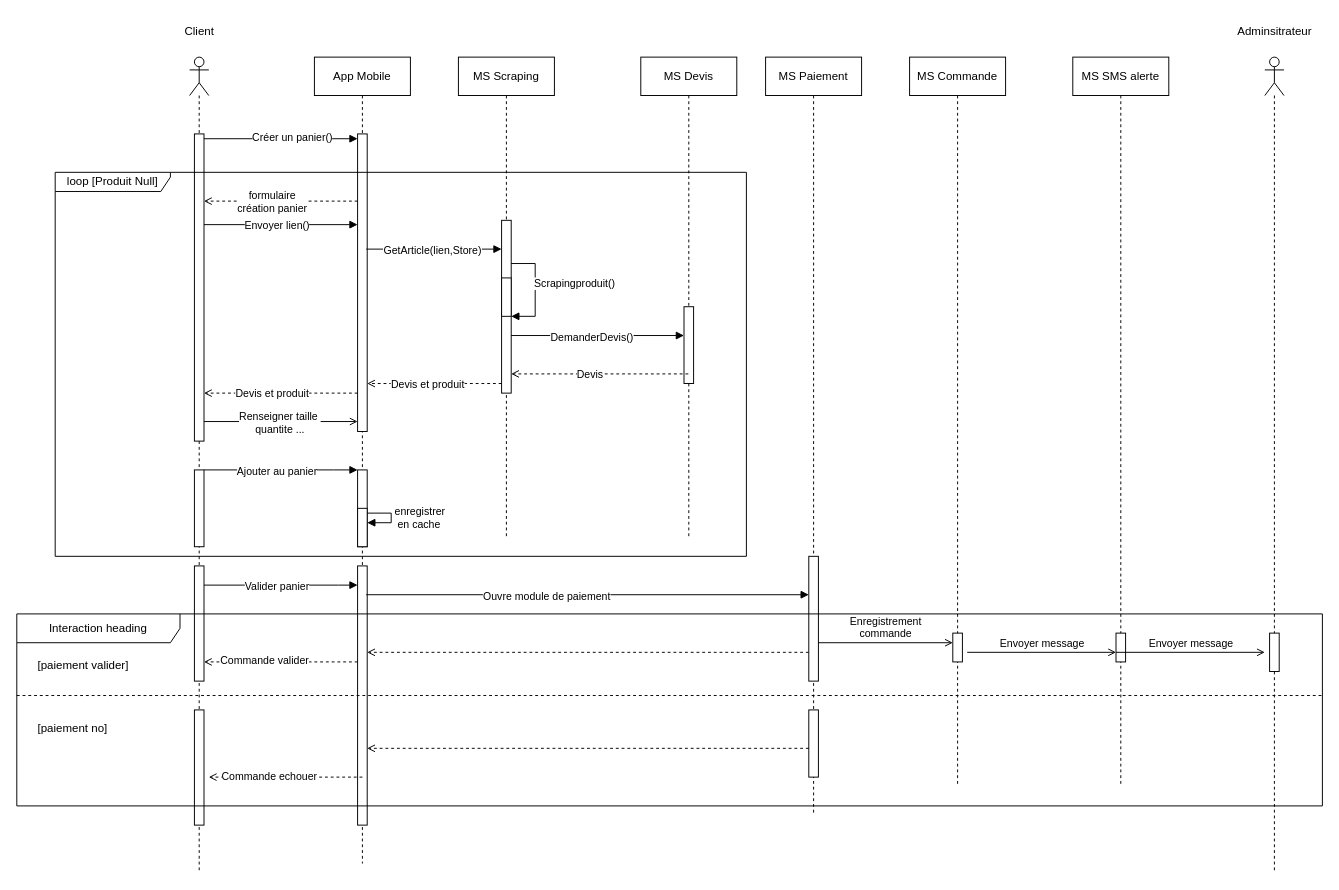
kbvac/Diagramme-UML keeps this draw.io diagram as page "DS-MFS" (2 of 2) of Diagramme_MyFrench_Shop.drawio. Above is the earlier version. Source tidied: cells renumbered, new cells numbered last; positions are measured from the earlier drawing's top-left corner, leaving out a move shared by most shapes. Both pictures are drawn from the tidied source at 96%, with x=0, y=0 at pixel (16, 16).
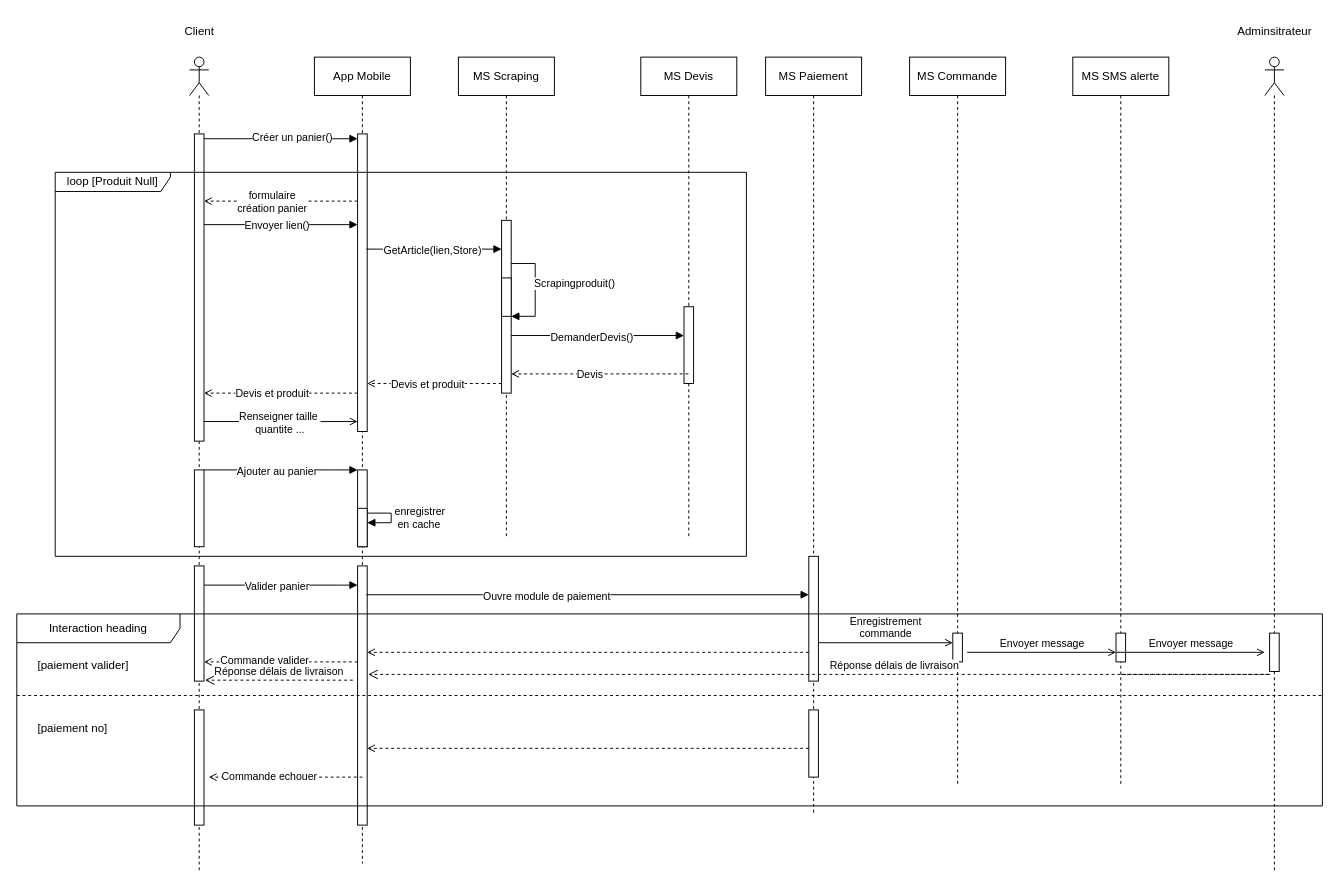
Above is the later version.

Commit message:
Mettre à jour Diagramme_MyFrench_Shop.drawio

The change refers to these unchanged cells:
```xml
<mxCell id="48" value="Interaction heading" style="shape=umlFrame;whiteSpace=wrap;html=1;width=170;" parent="1" vertex="1">
  <mxGeometry y="622" width="1360" height="200" as="geometry" />
</mxCell>
```

What changed in the source:
```diff
@@
+    <mxCell id="68" value="&lt;div style=&quot;&quot;&gt;Réponse délais de livraison&lt;br&gt;&lt;/div&gt;" style="html=1;verticalAlign=bottom;endArrow=open;dashed=1;endSize=8;curved=0;rounded=0;align=center;" parent="48" edge="1">
+      <mxGeometry relative="1" as="geometry">
+        <mxPoint x="1150.5" y="63" as="sourcePoint" />
+        <mxPoint x="366" y="63" as="targetPoint" />
+        <Array as="points">
+          <mxPoint x="1306" y="63" />
+        </Array>
+      </mxGeometry>
+    </mxCell>
+    <mxCell id="69" value="&lt;div style=&quot;&quot;&gt;Réponse délais de livraison&lt;br&gt;&lt;/div&gt;" style="html=1;verticalAlign=bottom;endArrow=open;dashed=1;endSize=8;curved=0;rounded=0;align=center;" parent="48" edge="1">
+      <mxGeometry relative="1" as="geometry">
+        <mxPoint x="350" y="69" as="sourcePoint" />
+        <mxPoint x="196" y="69" as="targetPoint" />
+      </mxGeometry>
+    </mxCell>
```
